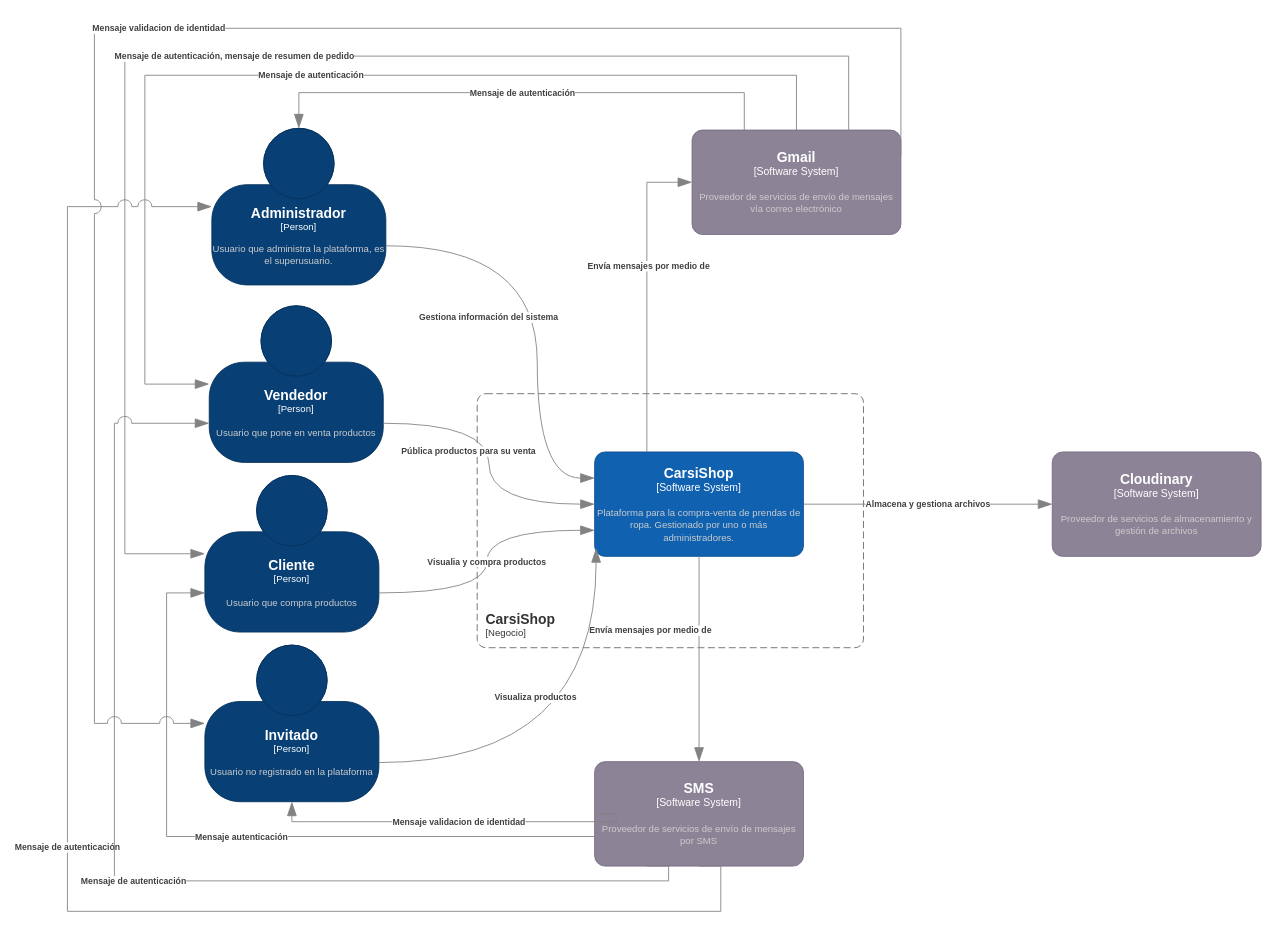
Before: page "Contexto" (1 of 5) of Diagrama/c4CarsiShop.drawio in EmilianoChofis/c4CarsiShop, a draw.io diagram. Source tidied: cells renumbered, new cells numbered last; positions are measured from the earlier drawing's top-left corner, leaving out a move shared by most shapes. Both pictures are drawn from the tidied source at 87%, with x=0, y=0 at pixel (67, 28).
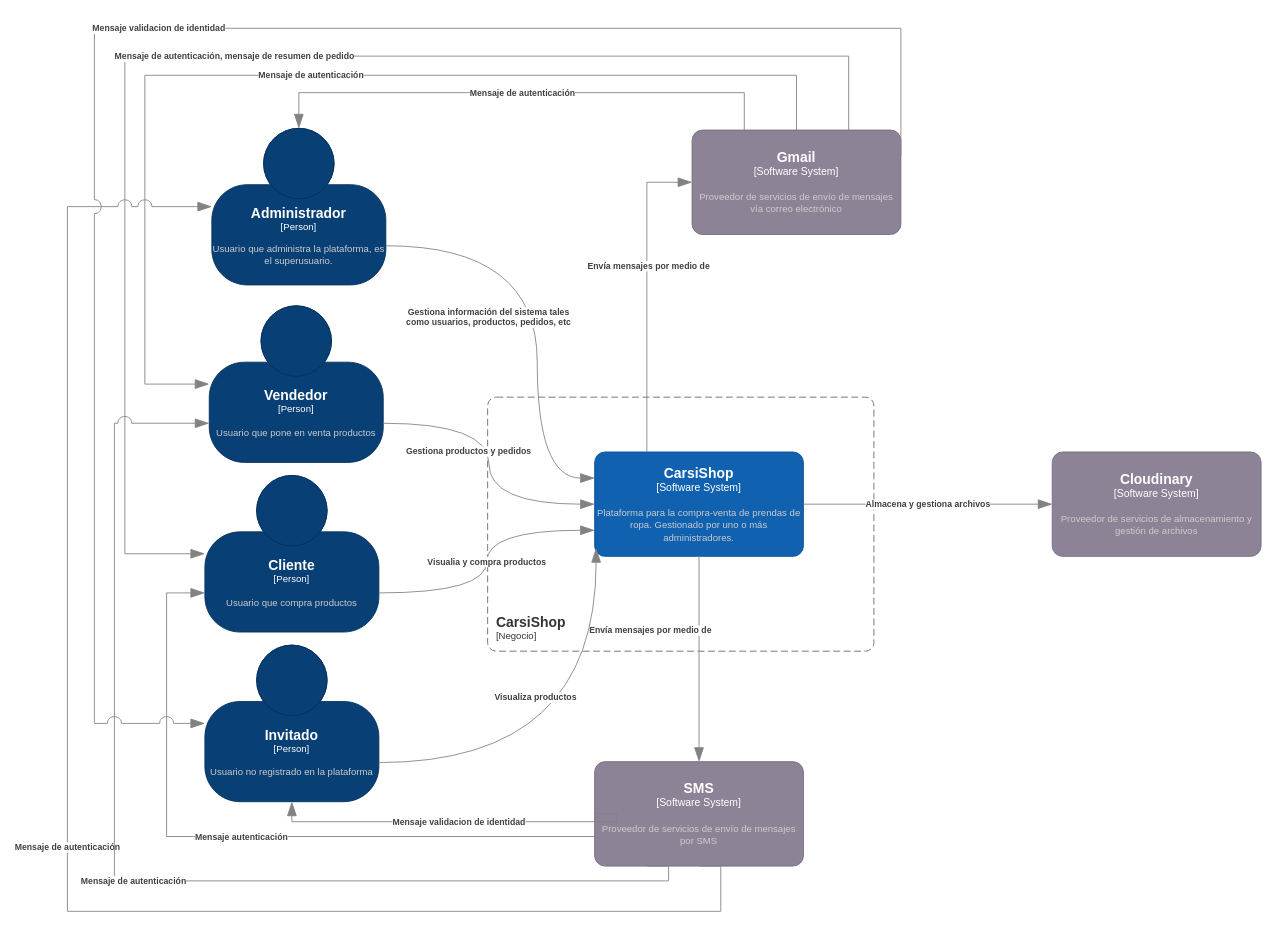
The same diagram, later.

Unchanged cells that the change refers to:
```xml
<object id="2" label="&lt;font style=&quot;font-size: 16px&quot;&gt;&lt;b&gt;%c4Name%&lt;/b&gt;&lt;/font&gt;&lt;div&gt;[%c4Type%]&lt;/div&gt;&lt;br&gt;&lt;div&gt;&lt;font style=&quot;font-size: 11px&quot;&gt;&lt;font color=&quot;#cccccc&quot;&gt;%c4Description%&lt;/font&gt;&lt;/div&gt;" c4Description="Usuario que pone en venta productos" c4Name="Vendedor" c4Type="Person" placeholders="1">
  <mxCell style="html=1;fontSize=11;dashed=0;whiteSpace=wrap;fillColor=#083F75;strokeColor=#06315C;fontColor=#ffffff;shape=mxgraph.c4.person2;align=center;points=[[0.5,0,0],[1,0.5,0],[1,0.75,0],[0.75,1,0],[0.5,1,0],[0.25,1,0],[0,0.75,0],[0,0.5,0]];" parent="1" vertex="1">
    <mxGeometry x="163" y="319" width="200" height="180" as="geometry" />
  </mxCell>
</object>
<object id="5" label="&lt;font style=&quot;font-size: 16px&quot;&gt;&lt;b&gt;%c4Name%&lt;/b&gt;&lt;/font&gt;&lt;div&gt;[%c4Type%]&lt;/div&gt;&lt;br&gt;&lt;div&gt;&lt;font style=&quot;font-size: 11px&quot;&gt;&lt;font color=&quot;#cccccc&quot;&gt;%c4Description%&lt;/font&gt;&lt;/div&gt;" c4Description="Usuario que administra la plataforma, es el superusuario. " c4Name="Administrador" c4Type="Person" placeholders="1">
  <mxCell style="html=1;fontSize=11;dashed=0;whiteSpace=wrap;fillColor=#083F75;strokeColor=#06315C;fontColor=#ffffff;shape=mxgraph.c4.person2;align=center;points=[[0.5,0,0],[1,0.5,0],[1,0.75,0],[0.75,1,0],[0.5,1,0],[0.25,1,0],[0,0.75,0],[0,0.5,0]];" parent="1" vertex="1">
    <mxGeometry x="166" y="115" width="200" height="180" as="geometry" />
  </mxCell>
</object>
<object id="7" label="&lt;font style=&quot;font-size: 16px&quot;&gt;&lt;b&gt;%c4Name%&lt;/b&gt;&lt;/font&gt;&lt;div&gt;[%c4Type%]&lt;/div&gt;&lt;br&gt;&lt;div&gt;&lt;font style=&quot;font-size: 11px&quot;&gt;&lt;font color=&quot;#cccccc&quot;&gt;%c4Description%&lt;/font&gt;&lt;/div&gt;" c4Description="Plataforma para la compra-venta de prendas de ropa. Gestionado por uno o más administradores." c4Name="CarsiShop" c4Type="Software System" placeholders="1">
  <mxCell style="rounded=1;whiteSpace=wrap;html=1;labelBackgroundColor=none;fillColor=#1061B0;fontColor=#ffffff;align=center;arcSize=10;strokeColor=#0D5091;points=[[0.25,0,0],[0.5,0,0],[0.75,0,0],[1,0.25,0],[1,0.5,0],[1,0.75,0],[0.75,1,0],[0.5,1,0],[0.25,1,0],[0,0.75,0],[0,0.5,0],[0,0.25,0]];" parent="1" vertex="1">
    <mxGeometry x="606" y="487" width="240" height="120" as="geometry" />
  </mxCell>
</object>
```

Diff of the diagram source:
```diff
@@
     <object id="6" label="&lt;font style=&quot;font-size: 16px&quot;&gt;&lt;b&gt;&lt;div style=&quot;text-align: left&quot;&gt;%c4Name%&lt;/div&gt;&lt;/b&gt;&lt;/font&gt;&lt;div style=&quot;text-align: left&quot;&gt;[%c4Application%]&lt;/div&gt;" c4Application="Negocio" c4Name="CarsiShop" placeholders="1">
       <mxCell style="rounded=1;fontSize=11;whiteSpace=wrap;html=1;dashed=1;arcSize=20;fillColor=none;strokeColor=#666666;fontColor=#333333;labelBackgroundColor=none;align=left;verticalAlign=bottom;labelBorderColor=none;spacingTop=0;spacing=10;dashPattern=8 4;perimeter=rectanglePerimeter;noLabel=0;labelPadding=0;absoluteArcSize=1;" parent="1" vertex="1">
-        <mxGeometry x="471" y="420" width="444" height="292" as="geometry" />
+        <mxGeometry x="483" y="424" width="444" height="292" as="geometry" />
       </mxCell>
     </object>
@@
-    <object id="14" label="&lt;div style=&quot;text-align: left&quot;&gt;&lt;div style=&quot;text-align: center&quot;&gt;&lt;b&gt;%c4Description%&lt;/b&gt;&lt;/div&gt;" c4Description="Gestiona información del sistema" placeholders="1">
+    <object id="14" label="&lt;div style=&quot;text-align: left&quot;&gt;&lt;div style=&quot;text-align: center&quot;&gt;&lt;b&gt;%c4Description%&lt;/b&gt;&lt;/div&gt;" c4Description="Gestiona información del sistema tales &#10;como usuarios, productos, pedidos, etc" placeholders="1">
       <mxCell style="endArrow=blockThin;html=1;fontSize=10;fontColor=#404040;strokeWidth=1;endFill=1;strokeColor=#828282;elbow=vertical;endSize=14;startSize=14;jumpStyle=arc;jumpSize=16;rounded=0;edgeStyle=orthogonalEdgeStyle;curved=1;exitX=1;exitY=0.75;exitDx=0;exitDy=0;exitPerimeter=0;entryX=0;entryY=0.25;entryDx=0;entryDy=0;entryPerimeter=0;" parent="1" edge="1" source="5" target="7">
         <mxGeometry x="0.01" y="-56" relative="1" as="geometry">
           <Array as="points">
             <mxPoint x="540" y="250" />
             <mxPoint x="540" y="517" />
           </Array>
         </mxGeometry>
       </mxCell>
     </object>
-    <object id="15" label="&lt;div style=&quot;text-align: left&quot;&gt;&lt;div style=&quot;text-align: center&quot;&gt;&lt;b&gt;%c4Description%&lt;/b&gt;&lt;/div&gt;" c4Description="Pública productos para su venta" placeholders="1">
+    <object id="15" label="&lt;div style=&quot;text-align: left&quot;&gt;&lt;div style=&quot;text-align: center&quot;&gt;&lt;b&gt;%c4Description%&lt;/b&gt;&lt;/div&gt;" c4Description="Gestiona productos y pedidos " placeholders="1">
       <mxCell style="endArrow=blockThin;html=1;fontSize=10;fontColor=#404040;strokeWidth=1;endFill=1;strokeColor=#828282;elbow=vertical;endSize=14;startSize=14;jumpStyle=arc;jumpSize=16;rounded=0;edgeStyle=orthogonalEdgeStyle;curved=1;exitX=1;exitY=0.75;exitDx=0;exitDy=0;exitPerimeter=0;entryX=0;entryY=0.5;entryDx=0;entryDy=0;entryPerimeter=0;" parent="1" edge="1" source="2" target="7">
         <mxGeometry x="-0.09" y="-24" relative="1" as="geometry" />
       </mxCell>
     </object>
```
